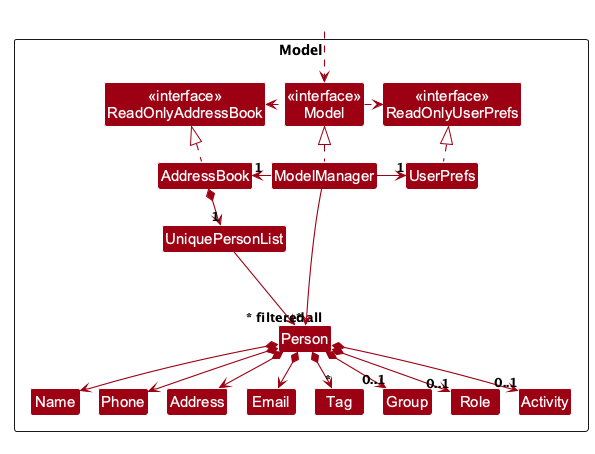
Earlier version of the PlantUML export docs/images/ModelClassDiagram.png (AY2627S1-CS2103T-W13-2/tp).
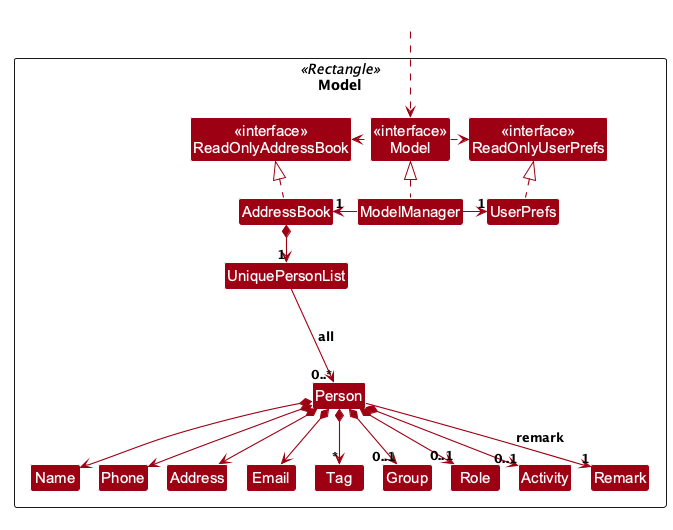
After the commit.

Commit message:
Document backward-compatible remark persistence

Change to the diagram source:
```diff
@@ -1,5 +1,6 @@
 @startuml
 !include style.puml
+!pragma layout smetana
 skinparam arrowThickness 1.1
 skinparam arrowColor MODEL_COLOR
 skinparam classBackgroundColor MODEL_COLOR
@@ -22,6 +23,7 @@
 Class Group
 Class Role
 Class Activity
+Class Remark
 
 Class I #FFFFFF
 }
@@ -39,7 +41,7 @@
 UserPrefs .up.|> ReadOnlyUserPrefs
 
 AddressBook *--> "1" UniquePersonList
-UniquePersonList --> "~* all" Person
+UniquePersonList --> "0..*" Person : all
 Person *--> Name
 Person *--> Phone
 Person *--> Email
@@ -48,6 +50,7 @@
 Person *--> "0..1" Group
 Person *--> "0..1" Role
 Person *--> "0..1" Activity
+Person --> "1" Remark : remark
 
 Person -[hidden]up--> I
 UniquePersonList -[hidden]right-> I
@@ -56,5 +59,4 @@
 Phone -[hidden]right-> Address
 Address -[hidden]right-> Email
 
-ModelManager --> "~* filtered" Person
 @enduml
```
